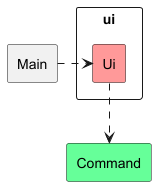
nus-cs2113-AY2425S1/tp keeps this PlantUML diagram as docs/images/UiClassDiagram.png. Above is the earlier version.
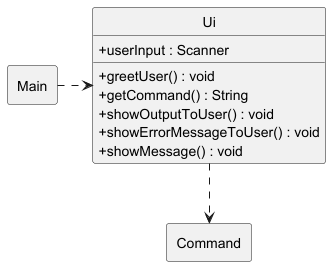
Above is the later version.

The edit, as a diff of the source:
```diff
@@ -1,12 +1,21 @@
 @startuml
 !include style.puml
+allowmixing
 
-rectangle ui {
-    rectangle Ui UI_COLOUR
+skinparam ClassAttributeIconSize 0
+hide circle
+
+class Ui {
+    +userInput : Scanner
+    +greetUser() : void
+    +getCommand() : String
+    +showOutputToUser() : void
+    +showErrorMessageToUser() : void
+    +showMessage() : void
 }
 
 rectangle Main
-rectangle Command COMMAND_COLOUR
+rectangle Command
 
 Main .> Ui
 Ui ..> Command
```
